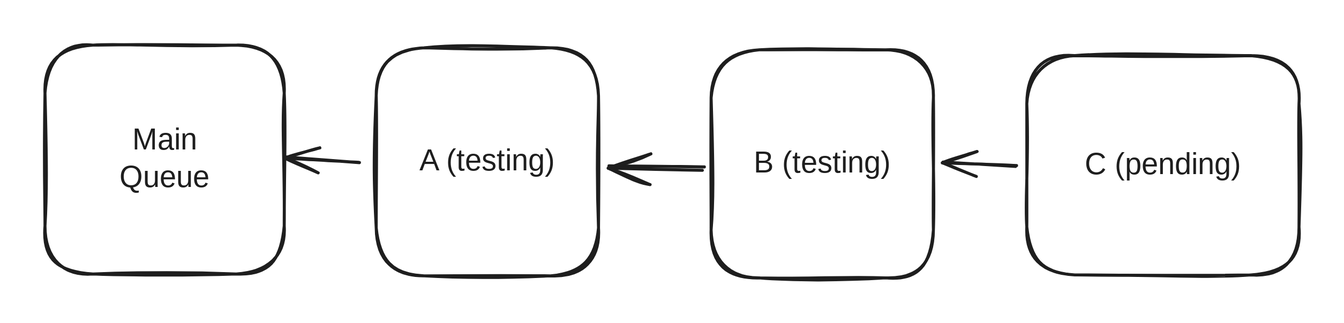
Before: .gitbook/assets/file.excalidraw.svg, a diagram exported from Excalidraw (trunk-io/docs). Source tidied: one line per element, renumbered; positions are measured from the earlier drawing's top-left corner, leaving out a move shared by most shapes.
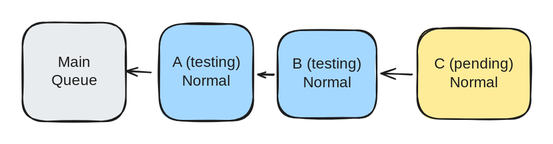
Later version of the same file.

Change to the diagram source:
```diff
@@ -1,11 +1,11 @@
-{"id": 0, "type": "rectangle", "strokeColor": "#1e1e1e", "strokeWidth": 2, "roughness": 1, "round": true, "x": 0, "y": 0, "width": 160, "height": 153}
+{"id": 0, "type": "rectangle", "strokeColor": "#1e1e1e", "backgroundColor": "#e9ecef", "fillStyle": "solid", "strokeWidth": 2, "roughness": 1, "round": true, "x": -6, "y": -2, "width": 138, "height": 132}
-{"id": 1, "type": "text", "text": "Main\nQueue", "strokeColor": "#1e1e1e", "strokeWidth": 2, "roughness": 1, "fontSize": 20, "fontFamily": 1, "textAlign": "center", "verticalAlign": "middle", "inside": 0, "x": 50, "y": 51, "width": 59, "height": 50}
+{"id": 1, "type": "text", "text": "Main\nQueue", "strokeColor": "#1e1e1e", "strokeWidth": 2, "roughness": 1, "fontSize": 20, "fontFamily": 1, "textAlign": "center", "verticalAlign": "middle", "inside": 0, "x": 34, "y": 39, "width": 59, "height": 50}
-{"id": 2, "type": "rectangle", "strokeColor": "#1e1e1e", "strokeWidth": 2, "roughness": 1, "round": true, "x": 221, "y": 2, "width": 148, "height": 152}
+{"id": 2, "type": "rectangle", "strokeColor": "#1e1e1e", "backgroundColor": "#a5d8ff", "fillStyle": "solid", "strokeWidth": 2, "roughness": 1, "round": true, "x": 177, "y": 0, "width": 125, "height": 129}
-{"id": 3, "type": "text", "text": "A (testing)", "strokeColor": "#1e1e1e", "strokeWidth": 2, "roughness": 1, "fontSize": 20, "fontFamily": 1, "textAlign": "center", "verticalAlign": "middle", "inside": 2, "x": 242, "y": 65, "width": 106, "height": 25}
+{"id": 3, "type": "text", "text": "A (testing)\nNormal", "strokeColor": "#1e1e1e", "strokeWidth": 2, "roughness": 1, "fontSize": 20, "fontFamily": 1, "textAlign": "center", "verticalAlign": "middle", "inside": 2, "x": 187, "y": 39, "width": 106, "height": 50}
-{"id": 4, "type": "arrow", "strokeColor": "#1e1e1e", "strokeWidth": 2, "roughness": 1, "endArrowhead": "arrow", "round": true, "from": 2, "to": 0, "x": 209, "y": 78, "width": 49, "height": 3, "points": [[0, 0], [-49, -3]]}
+{"id": 4, "type": "arrow", "strokeColor": "#1e1e1e", "strokeWidth": 2, "roughness": 1, "endArrowhead": "arrow", "round": true, "from": 2, "to": 0, "x": 165, "y": 64, "width": 32, "height": 2, "points": [[0, 0], [-32, -2]]}
-{"id": 5, "type": "rectangle", "strokeColor": "#1e1e1e", "strokeWidth": 2, "roughness": 1, "round": true, "x": 444, "y": 3, "width": 148, "height": 152}
+{"id": 5, "type": "rectangle", "strokeColor": "#1e1e1e", "backgroundColor": "#a5d8ff", "fillStyle": "solid", "strokeWidth": 2, "roughness": 1, "round": true, "x": 335, "y": 8, "width": 132, "height": 117}
-{"id": 6, "type": "text", "text": "B (testing)", "strokeColor": "#1e1e1e", "strokeWidth": 2, "roughness": 1, "fontSize": 20, "fontFamily": 1, "textAlign": "center", "verticalAlign": "middle", "inside": 5, "x": 464, "y": 67, "width": 108, "height": 25}
+{"id": 6, "type": "text", "text": "\nB (testing)\nNormal\n", "strokeColor": "#1e1e1e", "strokeWidth": 2, "roughness": 1, "fontSize": 20, "fontFamily": 1, "textAlign": "center", "verticalAlign": "middle", "inside": 5, "x": 347, "y": 17, "width": 108, "height": 100}
-{"id": 7, "type": "arrow", "strokeColor": "#1e1e1e", "strokeWidth": 2, "roughness": 1, "endArrowhead": "arrow", "round": true, "from": 5, "to": 2, "x": 439, "y": 82, "width": 64, "height": 1, "points": [[0, 0], [-64, -1]]}
+{"id": 7, "type": "arrow", "strokeColor": "#1e1e1e", "strokeWidth": 2, "roughness": 1, "endArrowhead": "arrow", "round": true, "from": 5, "to": 2, "x": 330, "y": 67, "width": 22, "height": 1, "points": [[0, 0], [-22, -1]]}
-{"id": 8, "type": "rectangle", "strokeColor": "#1e1e1e", "strokeWidth": 2, "roughness": 1, "round": true, "x": 655, "y": 7, "width": 181, "height": 146}
+{"id": 8, "type": "rectangle", "strokeColor": "#1e1e1e", "backgroundColor": "#ffec99", "fillStyle": "solid", "strokeWidth": 2, "roughness": 1, "round": true, "x": 521, "y": 6, "width": 151, "height": 121}
-{"id": 9, "type": "text", "text": "C (pending)", "strokeColor": "#1e1e1e", "strokeWidth": 2, "roughness": 1, "fontSize": 20, "fontFamily": 1, "textAlign": "center", "verticalAlign": "middle", "inside": 8, "x": 694, "y": 68, "width": 103, "height": 25}
+{"id": 9, "type": "text", "text": "C (pending)\nNormal", "strokeColor": "#1e1e1e", "strokeWidth": 2, "roughness": 1, "fontSize": 20, "fontFamily": 1, "textAlign": "center", "verticalAlign": "middle", "inside": 8, "x": 545, "y": 41, "width": 103, "height": 50}
-{"id": 10, "type": "arrow", "strokeColor": "#1e1e1e", "strokeWidth": 2, "roughness": 1, "endArrowhead": "arrow", "round": true, "from": 8, "to": 5, "x": 647, "y": 81, "width": 49, "height": 3, "points": [[0, 0], [-49, -3]]}
+{"id": 10, "type": "arrow", "strokeColor": "#1e1e1e", "strokeWidth": 2, "roughness": 1, "endArrowhead": "arrow", "round": true, "from": 8, "to": 5, "x": 514, "y": 68, "width": 41, "height": 2, "points": [[0, 0], [-41, -2]]}
```
